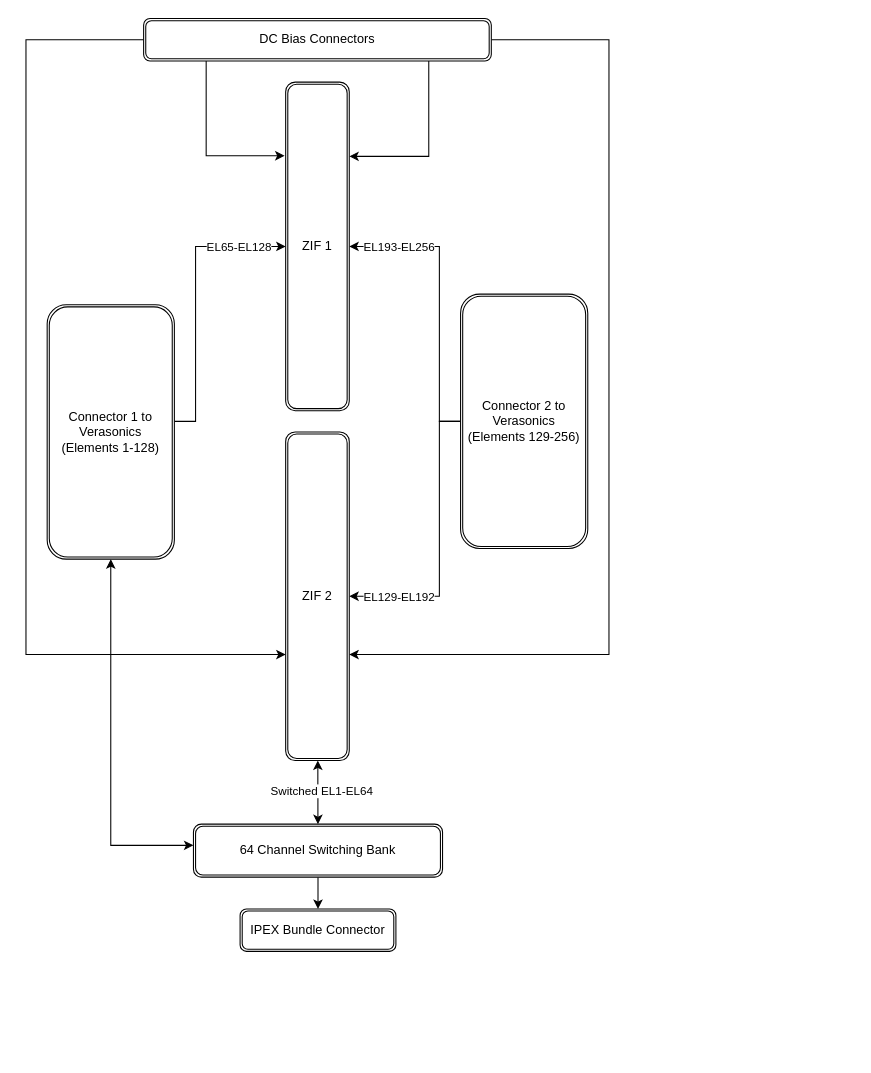
sasakamoo/drawio keeps this draw.io diagram as page "SwitchingConnectorBoardWithAFE" (3 of 3) of ConnectorBoardWithSwitching.drawio. Above is the earlier version. Source tidied: cells renumbered, new cells numbered last; positions are measured from the earlier drawing's top-left corner, leaving out a move shared by most shapes. Both pictures are drawn from the tidied source at 106%, with x=0, y=0 at pixel (25, 18).
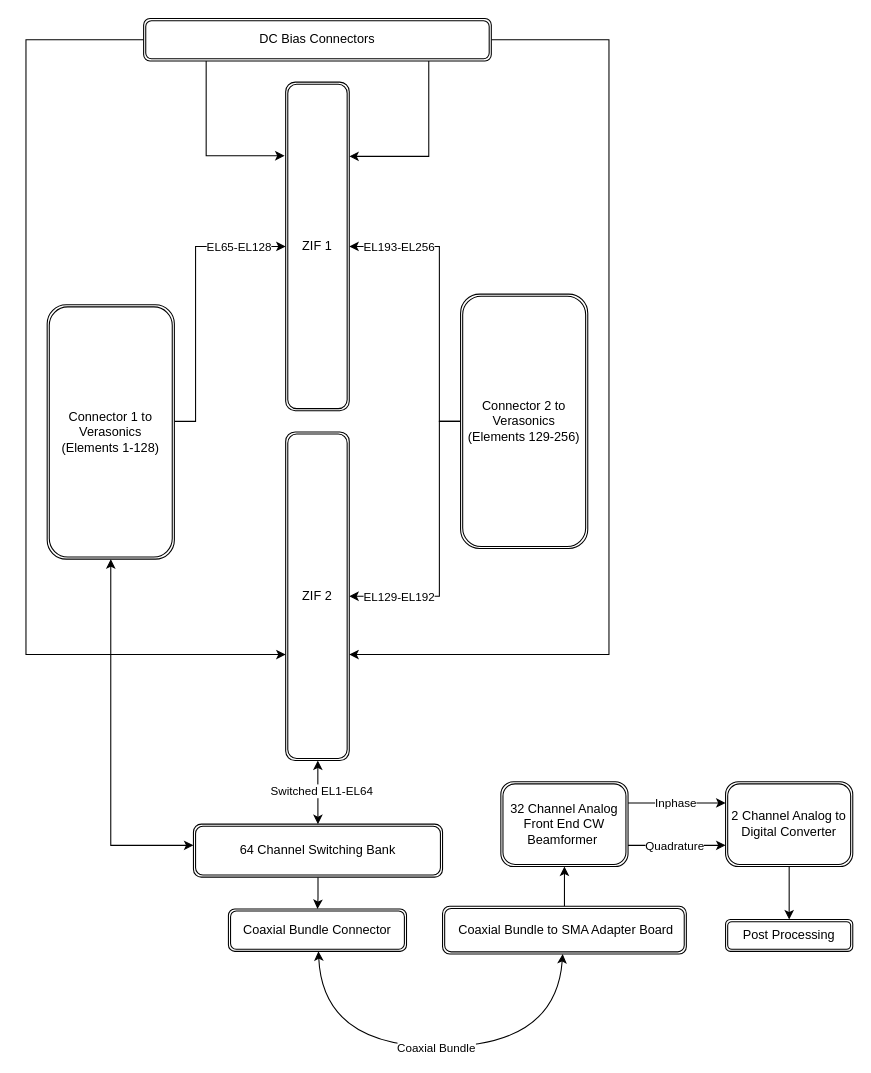
After the change.

Change to the diagram source:
```diff
@@
-    <mxCell id="22" value="IPEX Bundle Connector" style="shape=ext;double=1;rounded=1;whiteSpace=wrap;html=1;" parent="1" vertex="1">
-      <mxGeometry x="202" y="840" width="147" height="40" as="geometry" />
+    <mxCell id="22" value="Coaxial Bundle Connector" style="shape=ext;double=1;rounded=1;whiteSpace=wrap;html=1;" parent="1" vertex="1">
+      <mxGeometry x="191" y="840" width="168" height="40" as="geometry" />
     </mxCell>
+    <mxCell id="23" style="curved=1;endArrow=classic;html=1;rounded=0;startArrow=classic;startFill=1;" parent="1" edge="1" source="22" target="26">
+      <mxGeometry relative="1" as="geometry">
+        <Array as="points">
+          <mxPoint x="280" y="970" />
+          <mxPoint x="500" y="970" />
+        </Array>
+      </mxGeometry>
+    </mxCell>
+    <mxCell id="24" value="Coaxial Bundle" style="edgeLabel;html=1;align=center;verticalAlign=middle;" parent="23" vertex="1">
+      <mxGeometry x="-0.01" y="-1" relative="1" as="geometry">
+        <mxPoint y="-1" as="offset" />
+      </mxGeometry>
+    </mxCell>
+    <mxCell id="25" style="edgeStyle=orthogonalEdgeStyle;rounded=0;jettySize=auto;html=1;" parent="1" edge="1" source="26" target="31">
+      <mxGeometry relative="1" as="geometry" />
+    </mxCell>
+    <mxCell id="26" value="&amp;nbsp;Coaxial Bundle to SMA Adapter Board" style="shape=ext;double=1;rounded=1;whiteSpace=wrap;html=1;" parent="1" vertex="1">
+      <mxGeometry x="393" y="837.5" width="230" height="45" as="geometry" />
+    </mxCell>
+    <mxCell id="27" style="edgeStyle=orthogonalEdgeStyle;rounded=0;jettySize=auto;html=1;" parent="1" edge="1" source="31" target="33">
+      <mxGeometry relative="1" as="geometry">
+        <Array as="points">
+          <mxPoint x="590" y="740" />
+          <mxPoint x="590" y="740" />
+        </Array>
+      </mxGeometry>
+    </mxCell>
+    <mxCell id="28" value="Inphase" style="edgeLabel;html=1;align=center;verticalAlign=middle;" parent="27" vertex="1">
+      <mxGeometry x="-0.17" y="1" relative="1" as="geometry">
+        <mxPoint x="6" as="offset" />
+      </mxGeometry>
+    </mxCell>
+    <mxCell id="29" style="edgeStyle=orthogonalEdgeStyle;rounded=0;jettySize=auto;html=1;" parent="1" edge="1" source="31" target="33">
+      <mxGeometry relative="1" as="geometry">
+        <Array as="points">
+          <mxPoint x="590" y="780" />
+          <mxPoint x="590" y="780" />
+        </Array>
+      </mxGeometry>
+    </mxCell>
+    <mxCell id="30" value="Quadrature" style="edgeLabel;html=1;align=center;verticalAlign=middle;" parent="29" vertex="1">
+      <mxGeometry x="-0.07" y="-1" relative="1" as="geometry">
+        <mxPoint y="-1" as="offset" />
+      </mxGeometry>
+    </mxCell>
+    <mxCell id="31" value="32 Channel Analog Front End CW Beamformer&amp;nbsp;" style="shape=ext;double=1;rounded=1;whiteSpace=wrap;html=1;" parent="1" vertex="1">
+      <mxGeometry x="448" y="720" width="120" height="80" as="geometry" />
+    </mxCell>
+    <mxCell id="32" style="edgeStyle=orthogonalEdgeStyle;rounded=0;jettySize=auto;html=1;" parent="1" edge="1" source="33" target="34">
+      <mxGeometry relative="1" as="geometry" />
+    </mxCell>
+    <mxCell id="33" value="2 Channel Analog to Digital Converter" style="shape=ext;double=1;rounded=1;whiteSpace=wrap;html=1;" parent="1" vertex="1">
+      <mxGeometry x="660" y="720" width="120" height="80" as="geometry" />
+    </mxCell>
+    <mxCell id="34" value="Post Processing" style="shape=ext;double=1;rounded=1;whiteSpace=wrap;html=1;" parent="1" vertex="1">
+      <mxGeometry x="660" y="850" width="120" height="30" as="geometry" />
+    </mxCell>
```
